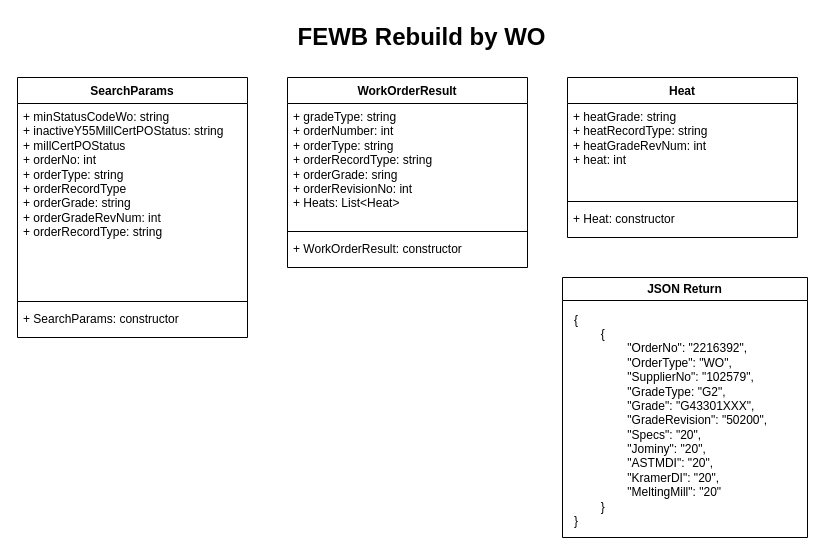
Above: Diagrams/Untitled Diagram.drawio in LongJohnBlackbeard/IntegrifyAPITesting (draw.io), before the change. Source tidied: cells renumbered, new cells numbered last; positions are measured from the earlier drawing's top-left corner, leaving out a move shared by most shapes. Both pictures are drawn from the tidied source at 100%, with x=0, y=0 at pixel (17, 17).
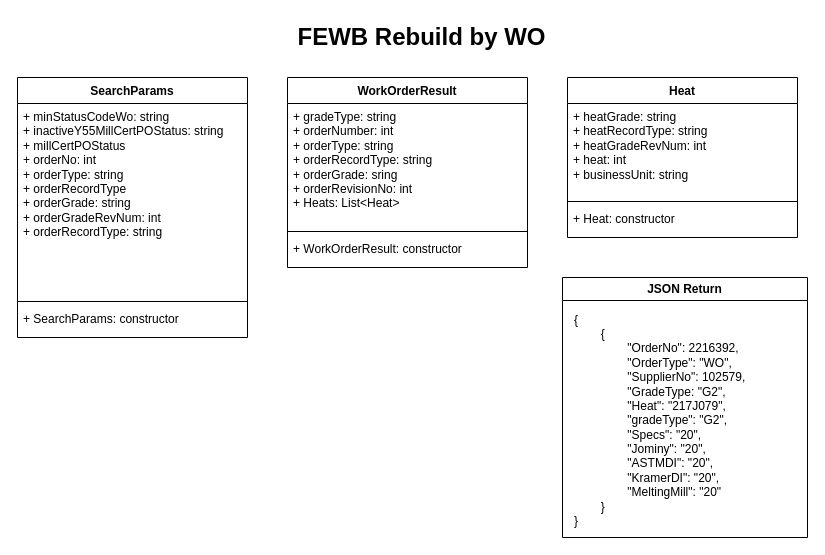
The same page after the edit.

Commit message:
adjusted layour

What changed in the source:
```diff
@@
 <mxGraphModel>
   <root>
     <mxCell id="0" />
     <mxCell id="1" parent="0" />
     <mxCell id="2" value="SearchParams" style="swimlane;fontStyle=1;align=center;verticalAlign=top;horizontal=1;startSize=26;whiteSpace=wrap;html=1;" parent="1" vertex="1">
       <mxGeometry y="60" width="230" height="260" as="geometry" />
     </mxCell>
     <mxCell id="3" value="+ minStatusCodeWo: string&lt;br&gt;+ inactiveY55MillCertPOStatus: string&lt;br&gt;+ millCertPOStatus&lt;br&gt;+ orderNo: int&lt;br&gt;+ orderType: string&lt;br&gt;+ orderRecordType&lt;br&gt;+ orderGrade: string&lt;br&gt;+ orderGradeRevNum: int&lt;br&gt;+ orderRecordType: string&lt;br&gt;" style="text;strokeColor=none;fillColor=none;align=left;verticalAlign=top;spacingLeft=4;spacingRight=4;overflow=hidden;whiteSpace=wrap;html=1;" parent="2" vertex="1">
       <mxGeometry y="26" width="230" height="194" as="geometry" />
     </mxCell>
     <mxCell id="4" style="line;strokeWidth=1;fillColor=none;align=left;verticalAlign=middle;spacingTop=-1;spacingLeft=3;spacingRight=3;labelPosition=right;strokeColor=inherit;" parent="2" vertex="1">
       <mxGeometry y="220" width="230" height="8" as="geometry" />
     </mxCell>
     <mxCell id="5" value="+&amp;nbsp;SearchParams: constructor" style="text;strokeColor=none;fillColor=none;align=left;verticalAlign=top;spacingLeft=4;spacingRight=4;overflow=hidden;whiteSpace=wrap;html=1;" parent="2" vertex="1">
       <mxGeometry y="228" width="230" height="32" as="geometry" />
     </mxCell>
     <mxCell id="6" value="FEWB Rebuild by WO" style="text;strokeColor=none;fillColor=none;html=1;fontSize=24;fontStyle=1;verticalAlign=middle;align=center;" parent="1" vertex="1">
       <mxGeometry x="354" width="100" height="40" as="geometry" />
     </mxCell>
     <mxCell id="7" value="WorkOrderResult" style="swimlane;fontStyle=1;align=center;verticalAlign=top;horizontal=1;startSize=26;whiteSpace=wrap;html=1;" parent="1" vertex="1">
       <mxGeometry x="270" y="60" width="240" height="190" as="geometry" />
     </mxCell>
     <mxCell id="8" value="+ gradeType: string&lt;br&gt;+ orderNumber: int&lt;br&gt;+ orderType: string&lt;br&gt;+ orderRecordType: string&lt;br&gt;+ orderGrade: sring&lt;br&gt;+ orderRevisionNo: int&lt;br&gt;+ Heats: List&amp;lt;Heat&amp;gt;" style="text;strokeColor=none;fillColor=none;align=left;verticalAlign=top;spacingLeft=4;spacingRight=4;overflow=hidden;whiteSpace=wrap;html=1;" parent="7" vertex="1">
       <mxGeometry y="26" width="240" height="124" as="geometry" />
     </mxCell>
     <mxCell id="9" style="line;strokeWidth=1;fillColor=none;align=left;verticalAlign=middle;spacingTop=-1;spacingLeft=3;spacingRight=3;labelPosition=right;strokeColor=inherit;" parent="7" vertex="1">
       <mxGeometry y="150" width="240" height="8" as="geometry" />
     </mxCell>
     <mxCell id="10" value="+ WorkOrderResult: constructor" style="text;strokeColor=none;fillColor=none;align=left;verticalAlign=top;spacingLeft=4;spacingRight=4;overflow=hidden;whiteSpace=wrap;html=1;" parent="7" vertex="1">
       <mxGeometry y="158" width="240" height="32" as="geometry" />
     </mxCell>
     <mxCell id="11" value="Heat" style="swimlane;fontStyle=1;align=center;verticalAlign=top;horizontal=1;startSize=26;whiteSpace=wrap;html=1;" parent="1" vertex="1">
       <mxGeometry x="550" y="60" width="230" height="160" as="geometry" />
     </mxCell>
-    <mxCell id="12" value="+ heatGrade: string&lt;br style=&quot;border-color: var(--border-color);&quot;&gt;+ heatRecordType: string&lt;br style=&quot;border-color: var(--border-color);&quot;&gt;+ heatGradeRevNum: int&lt;br style=&quot;border-color: var(--border-color);&quot;&gt;+ heat: int" style="text;strokeColor=none;fillColor=none;align=left;verticalAlign=top;spacingLeft=4;spacingRight=4;overflow=hidden;whiteSpace=wrap;html=1;" parent="11" vertex="1">
+    <mxCell id="12" value="+ heatGrade: string&lt;br style=&quot;border-color: var(--border-color);&quot;&gt;+ heatRecordType: string&lt;br style=&quot;border-color: var(--border-color);&quot;&gt;+ heatGradeRevNum: int&lt;br style=&quot;border-color: var(--border-color);&quot;&gt;+ heat: int&lt;br&gt;+ businessUnit: string" style="text;strokeColor=none;fillColor=none;align=left;verticalAlign=top;spacingLeft=4;spacingRight=4;overflow=hidden;whiteSpace=wrap;html=1;" parent="11" vertex="1">
       <mxGeometry y="26" width="230" height="94" as="geometry" />
     </mxCell>
     <mxCell id="13" style="line;strokeWidth=1;fillColor=none;align=left;verticalAlign=middle;spacingTop=-1;spacingLeft=3;spacingRight=3;labelPosition=right;strokeColor=inherit;" parent="11" vertex="1">
       <mxGeometry y="120" width="230" height="8" as="geometry" />
     </mxCell>
     <mxCell id="14" value="+ Heat: constructor" style="text;strokeColor=none;fillColor=none;align=left;verticalAlign=top;spacingLeft=4;spacingRight=4;overflow=hidden;whiteSpace=wrap;html=1;" parent="11" vertex="1">
       <mxGeometry y="128" width="230" height="32" as="geometry" />
     </mxCell>
     <mxCell id="15" value="JSON Return" style="swimlane;whiteSpace=wrap;html=1;" parent="1" vertex="1">
       <mxGeometry x="545" y="260" width="245" height="260" as="geometry" />
     </mxCell>
-    <mxCell id="16" value="{&lt;br&gt;&lt;span style=&quot;white-space: pre;&quot;&gt;&#9;&lt;/span&gt;{&lt;br&gt;&lt;span style=&quot;white-space: pre;&quot;&gt;&#9;&lt;span style=&quot;white-space: pre;&quot;&gt;&#9;&lt;/span&gt;&quot;O&lt;/span&gt;rderNo&quot;: &quot;2216392&quot;,&lt;br&gt;&lt;div style=&quot;&quot;&gt;&lt;span style=&quot;white-space-collapse: preserve; background-color: initial;&quot;&gt;&#9;&lt;/span&gt;&lt;span style=&quot;white-space-collapse: preserve; background-color: initial;&quot;&gt;&#9;&lt;/span&gt;&quot;OrderType&quot;: &quot;WO&quot;,&lt;/div&gt;&lt;div style=&quot;&quot;&gt;&lt;span style=&quot;white-space: pre;&quot;&gt;&#9;&lt;/span&gt;&lt;span style=&quot;white-space: pre;&quot;&gt;&#9;&lt;/span&gt;&quot;SupplierNo&quot;: &quot;102579&quot;,&lt;br&gt;&lt;/div&gt;&lt;div style=&quot;&quot;&gt;&lt;span style=&quot;white-space: pre;&quot;&gt;&#9;&lt;/span&gt;&lt;span style=&quot;white-space: pre;&quot;&gt;&#9;&lt;/span&gt;&quot;GradeType: &quot;G2&quot;,&lt;br&gt;&lt;/div&gt;&lt;div style=&quot;&quot;&gt;&lt;span style=&quot;white-space: pre;&quot;&gt;&#9;&lt;/span&gt;&lt;span style=&quot;white-space: pre;&quot;&gt;&#9;&lt;/span&gt;&quot;Grade&quot;: &quot;G43301XXX&quot;,&lt;br&gt;&lt;/div&gt;&lt;div style=&quot;&quot;&gt;&lt;span style=&quot;white-space: pre;&quot;&gt;&#9;&lt;/span&gt;&lt;span style=&quot;white-space: pre;&quot;&gt;&#9;&lt;/span&gt;&quot;GradeRevision&quot;: &quot;50200&quot;,&lt;br&gt;&lt;/div&gt;&lt;div style=&quot;&quot;&gt;&lt;span style=&quot;white-space: pre;&quot;&gt;&#9;&lt;/span&gt;&lt;span style=&quot;white-space: pre;&quot;&gt;&#9;&lt;/span&gt;&quot;Specs&quot;: &quot;20&quot;,&lt;br&gt;&lt;/div&gt;&lt;div style=&quot;&quot;&gt;&lt;span style=&quot;white-space: pre;&quot;&gt;&#9;&lt;/span&gt;&lt;span style=&quot;white-space: pre;&quot;&gt;&#9;&lt;/span&gt;&quot;Jominy&quot;: &quot;20&quot;,&lt;br&gt;&lt;/div&gt;&lt;div style=&quot;&quot;&gt;&lt;span style=&quot;white-space: pre;&quot;&gt;&#9;&lt;/span&gt;&lt;span style=&quot;white-space: pre;&quot;&gt;&#9;&lt;/span&gt;&quot;ASTMDI&quot;: &quot;20&quot;,&lt;br&gt;&lt;/div&gt;&lt;div style=&quot;&quot;&gt;&lt;span style=&quot;white-space: pre;&quot;&gt;&#9;&lt;/span&gt;&lt;span style=&quot;white-space: pre;&quot;&gt;&#9;&lt;/span&gt;&quot;KramerDI&quot;: &quot;20&quot;,&lt;br&gt;&lt;/div&gt;&lt;div style=&quot;&quot;&gt;&lt;span style=&quot;white-space: pre;&quot;&gt;&#9;&lt;/span&gt;&lt;span style=&quot;white-space: pre;&quot;&gt;&#9;&lt;/span&gt;&quot;MeltingMill&quot;: &quot;20&quot;&lt;/div&gt;&lt;span style=&quot;white-space: pre;&quot;&gt;&#9;&lt;/span&gt;}&lt;br&gt;}" style="text;html=1;align=left;verticalAlign=middle;strokeColor=none;fillColor=none;" parent="15" vertex="1">
-      <mxGeometry x="10" y="28" width="220" height="230" as="geometry" />
+    <mxCell id="16" value="{&lt;br&gt;&lt;span style=&quot;white-space: pre;&quot;&gt;&#9;&lt;/span&gt;{&lt;br&gt;&lt;span style=&quot;white-space: pre;&quot;&gt;&#9;&lt;span style=&quot;white-space: pre;&quot;&gt;&#9;&lt;/span&gt;&quot;O&lt;/span&gt;rderNo&quot;: 2216392,&lt;br&gt;&lt;div style=&quot;&quot;&gt;&lt;span style=&quot;white-space-collapse: preserve; background-color: initial;&quot;&gt;&#9;&lt;/span&gt;&lt;span style=&quot;white-space-collapse: preserve; background-color: initial;&quot;&gt;&#9;&lt;/span&gt;&quot;OrderType&quot;: &quot;WO&quot;,&lt;/div&gt;&lt;div style=&quot;&quot;&gt;&lt;span style=&quot;white-space: pre;&quot;&gt;&#9;&lt;/span&gt;&lt;span style=&quot;white-space: pre;&quot;&gt;&#9;&lt;/span&gt;&quot;SupplierNo&quot;: 102579,&lt;br&gt;&lt;/div&gt;&lt;div style=&quot;&quot;&gt;&lt;span style=&quot;white-space: pre;&quot;&gt;&#9;&lt;/span&gt;&lt;span style=&quot;white-space: pre;&quot;&gt;&#9;&lt;/span&gt;&quot;GradeType: &quot;G2&quot;,&lt;br&gt;&lt;/div&gt;&lt;div style=&quot;&quot;&gt;&lt;span style=&quot;white-space: pre;&quot;&gt;&#9;&lt;/span&gt;&lt;span style=&quot;white-space: pre;&quot;&gt;&#9;&lt;/span&gt;&quot;Heat&quot;: &quot;217J079&quot;,&lt;br&gt;&lt;/div&gt;&lt;div style=&quot;&quot;&gt;&lt;span style=&quot;white-space: pre;&quot;&gt;&#9;&lt;/span&gt;&lt;span style=&quot;white-space: pre;&quot;&gt;&#9;&lt;/span&gt;&quot;gradeType&quot;: &quot;G2&quot;,&lt;br&gt;&lt;/div&gt;&lt;div style=&quot;&quot;&gt;&lt;span style=&quot;white-space: pre;&quot;&gt;&#9;&lt;/span&gt;&lt;span style=&quot;white-space: pre;&quot;&gt;&#9;&lt;/span&gt;&quot;Specs&quot;: &quot;20&quot;,&lt;br&gt;&lt;/div&gt;&lt;div style=&quot;&quot;&gt;&lt;span style=&quot;white-space: pre;&quot;&gt;&#9;&lt;/span&gt;&lt;span style=&quot;white-space: pre;&quot;&gt;&#9;&lt;/span&gt;&quot;Jominy&quot;: &quot;20&quot;,&lt;br&gt;&lt;/div&gt;&lt;div style=&quot;&quot;&gt;&lt;span style=&quot;white-space: pre;&quot;&gt;&#9;&lt;/span&gt;&lt;span style=&quot;white-space: pre;&quot;&gt;&#9;&lt;/span&gt;&quot;ASTMDI&quot;: &quot;20&quot;,&lt;br&gt;&lt;/div&gt;&lt;div style=&quot;&quot;&gt;&lt;span style=&quot;white-space: pre;&quot;&gt;&#9;&lt;/span&gt;&lt;span style=&quot;white-space: pre;&quot;&gt;&#9;&lt;/span&gt;&quot;KramerDI&quot;: &quot;20&quot;,&lt;br&gt;&lt;/div&gt;&lt;div style=&quot;&quot;&gt;&lt;span style=&quot;white-space: pre;&quot;&gt;&#9;&lt;/span&gt;&lt;span style=&quot;white-space: pre;&quot;&gt;&#9;&lt;/span&gt;&quot;MeltingMill&quot;: &quot;20&quot;&lt;/div&gt;&lt;span style=&quot;white-space: pre;&quot;&gt;&#9;&lt;/span&gt;}&lt;br&gt;}" style="text;html=1;align=left;verticalAlign=middle;strokeColor=none;fillColor=none;" parent="15" vertex="1">
+      <mxGeometry x="10" y="28" width="190" height="230" as="geometry" />
     </mxCell>
   </root>
 </mxGraphModel>
```
